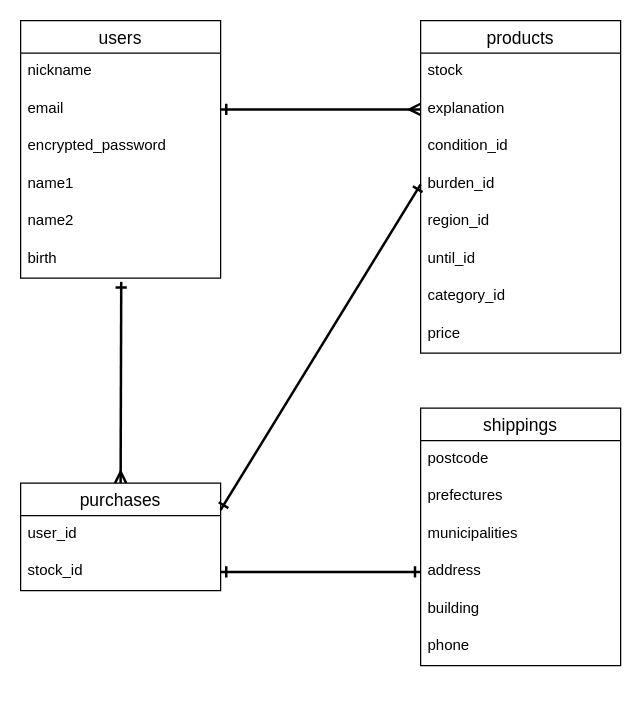
The draw.io diagram ER.dio in toyoki7/furima-39614, before the edit. Source tidied: cells renumbered, new cells numbered last; positions are measured from the earlier drawing's top-left corner, leaving out a move shared by most shapes. Both pictures are drawn from the tidied source at 125%, with x=0, y=0 at pixel (20, 20).
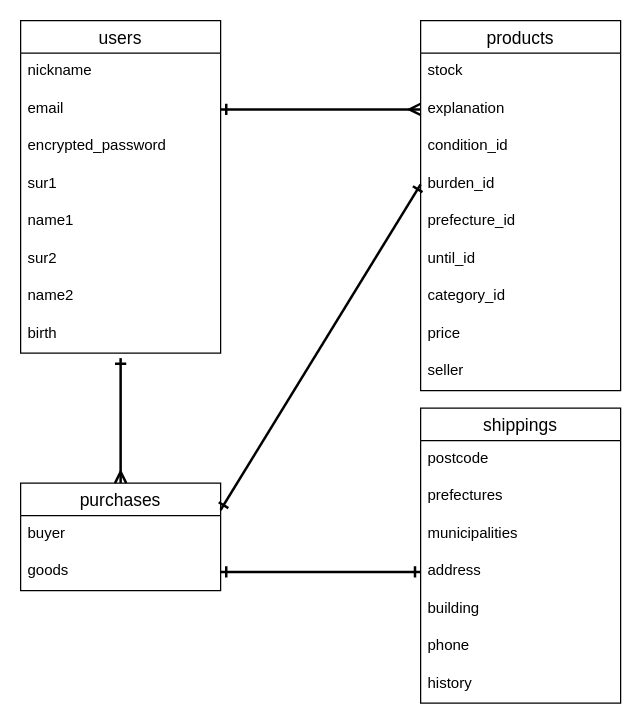
After the change.

Commit message (it also covers changes not shown here):
データベース設計4

The change refers to these unchanged cells:
```xml
<mxCell id="18" value="purchases" style="swimlane;fontStyle=0;horizontal=1;startSize=26;align=center;fontSize=14;" parent="1" vertex="1">
  <mxGeometry y="370" width="160" height="86" as="geometry" />
</mxCell>
```

The edit, as a diff of the source:
```diff
@@
     <mxCell id="2" value="products" style="swimlane;fontStyle=0;horizontal=1;startSize=26;align=center;fontSize=14;" parent="1" vertex="1">
-      <mxGeometry x="320" width="160" height="266" as="geometry" />
+      <mxGeometry x="320" width="160" height="296" as="geometry" />
     </mxCell>
@@
-    <mxCell id="7" value="region_id" style="text;strokeColor=none;fillColor=none;spacingLeft=4;spacingRight=4;overflow=hidden;fontSize=12;" parent="2" vertex="1">
+    <mxCell id="7" value="prefecture_id" style="text;strokeColor=none;fillColor=none;spacingLeft=4;spacingRight=4;overflow=hidden;fontSize=12;" parent="2" vertex="1">
       <mxGeometry y="146" width="160" height="30" as="geometry" />
     </mxCell>
@@
+    <mxCell id="32" value="seller" style="text;strokeColor=none;fillColor=none;spacingLeft=4;spacingRight=4;overflow=hidden;fontSize=12;" parent="2" vertex="1">
+      <mxGeometry y="266" width="160" height="30" as="geometry" />
+    </mxCell>
     <mxCell id="11" value="users" style="swimlane;fontStyle=0;horizontal=1;startSize=26;align=center;fontSize=14;" parent="1" vertex="1">
-      <mxGeometry width="160" height="206" as="geometry" />
+      <mxGeometry width="160" height="266" as="geometry" />
     </mxCell>
@@
-    <mxCell id="15" value="name1" style="text;strokeColor=none;fillColor=none;spacingLeft=4;spacingRight=4;overflow=hidden;fontSize=12;" parent="11" vertex="1">
+    <mxCell id="15" value="sur1" style="text;strokeColor=none;fillColor=none;spacingLeft=4;spacingRight=4;overflow=hidden;fontSize=12;" parent="11" vertex="1">
       <mxGeometry y="116" width="160" height="30" as="geometry" />
     </mxCell>
-    <mxCell id="16" value="name2" style="text;strokeColor=none;fillColor=none;spacingLeft=4;spacingRight=4;overflow=hidden;fontSize=12;" parent="11" vertex="1">
+    <mxCell id="16" value="name1" style="text;strokeColor=none;fillColor=none;spacingLeft=4;spacingRight=4;overflow=hidden;fontSize=12;" parent="11" vertex="1">
       <mxGeometry y="146" width="160" height="30" as="geometry" />
     </mxCell>
-    <mxCell id="17" value="birth" style="text;strokeColor=none;fillColor=none;spacingLeft=4;spacingRight=4;overflow=hidden;points=[[0,0.5],[1,0.5]];portConstraint=eastwest;fontSize=12;" parent="11" vertex="1">
+    <mxCell id="17" value="sur2" style="text;strokeColor=none;fillColor=none;spacingLeft=4;spacingRight=4;overflow=hidden;points=[[0,0.5],[1,0.5]];portConstraint=eastwest;fontSize=12;" parent="11" vertex="1">
       <mxGeometry y="176" width="160" height="30" as="geometry" />
     </mxCell>
+    <mxCell id="33" value="name2" style="text;strokeColor=none;fillColor=none;spacingLeft=4;spacingRight=4;overflow=hidden;fontSize=12;" parent="11" vertex="1">
+      <mxGeometry y="206" width="160" height="30" as="geometry" />
+    </mxCell>
+    <mxCell id="34" value="birth" style="text;strokeColor=none;fillColor=none;spacingLeft=4;spacingRight=4;overflow=hidden;fontSize=12;" parent="11" vertex="1">
+      <mxGeometry y="236" width="160" height="30" as="geometry" />
+    </mxCell>
@@
-    <mxCell id="19" value="user_id" style="text;strokeColor=none;fillColor=none;spacingLeft=4;spacingRight=4;overflow=hidden;fontSize=12;" parent="18" vertex="1">
+    <mxCell id="19" value="buyer" style="text;strokeColor=none;fillColor=none;spacingLeft=4;spacingRight=4;overflow=hidden;fontSize=12;" parent="18" vertex="1">
       <mxGeometry y="26" width="160" height="30" as="geometry" />
     </mxCell>
-    <mxCell id="20" value="stock_id" style="text;strokeColor=none;fillColor=none;spacingLeft=4;spacingRight=4;overflow=hidden;points=[[0,0.5],[1,0.5]];portConstraint=eastwest;fontSize=12;" parent="18" vertex="1">
+    <mxCell id="20" value="goods" style="text;strokeColor=none;fillColor=none;spacingLeft=4;spacingRight=4;overflow=hidden;points=[[0,0.5],[1,0.5]];portConstraint=eastwest;fontSize=12;" parent="18" vertex="1">
       <mxGeometry y="56" width="160" height="30" as="geometry" />
     </mxCell>
     <mxCell id="21" value="shippings" style="swimlane;fontStyle=0;horizontal=1;startSize=26;align=center;fontSize=14;" parent="1" vertex="1">
-      <mxGeometry x="320" y="310" width="160" height="206" as="geometry" />
+      <mxGeometry x="320" y="310" width="160" height="236" as="geometry" />
     </mxCell>
@@
+    <mxCell id="35" value="history" style="text;strokeColor=none;fillColor=none;spacingLeft=4;spacingRight=4;overflow=hidden;fontSize=12;" parent="21" vertex="1">
+      <mxGeometry y="206" width="160" height="30" as="geometry" />
+    </mxCell>
@@
-    <mxCell id="31" style="edgeStyle=none;html=1;strokeWidth=2;startArrow=ERone;startFill=0;endArrow=ERmany;endFill=0;endSize=6;sourcePerimeterSpacing=0;targetPerimeterSpacing=0;entryX=0.5;entryY=0;entryDx=0;entryDy=0;exitX=0.503;exitY=1.1;exitDx=0;exitDy=0;exitPerimeter=0;" parent="1" edge="1" source="17" target="18">
-      <mxGeometry relative="1" as="geometry" />
+    <mxCell id="31" style="edgeStyle=none;html=1;strokeWidth=2;startArrow=ERone;startFill=0;endArrow=ERmany;endFill=0;endSize=6;sourcePerimeterSpacing=0;targetPerimeterSpacing=0;entryX=0.5;entryY=0;entryDx=0;entryDy=0;" parent="1" edge="1" target="18">
+      <mxGeometry relative="1" as="geometry">
+        <mxPoint x="80" y="270" as="sourcePoint" />
+      </mxGeometry>
     </mxCell>
```
